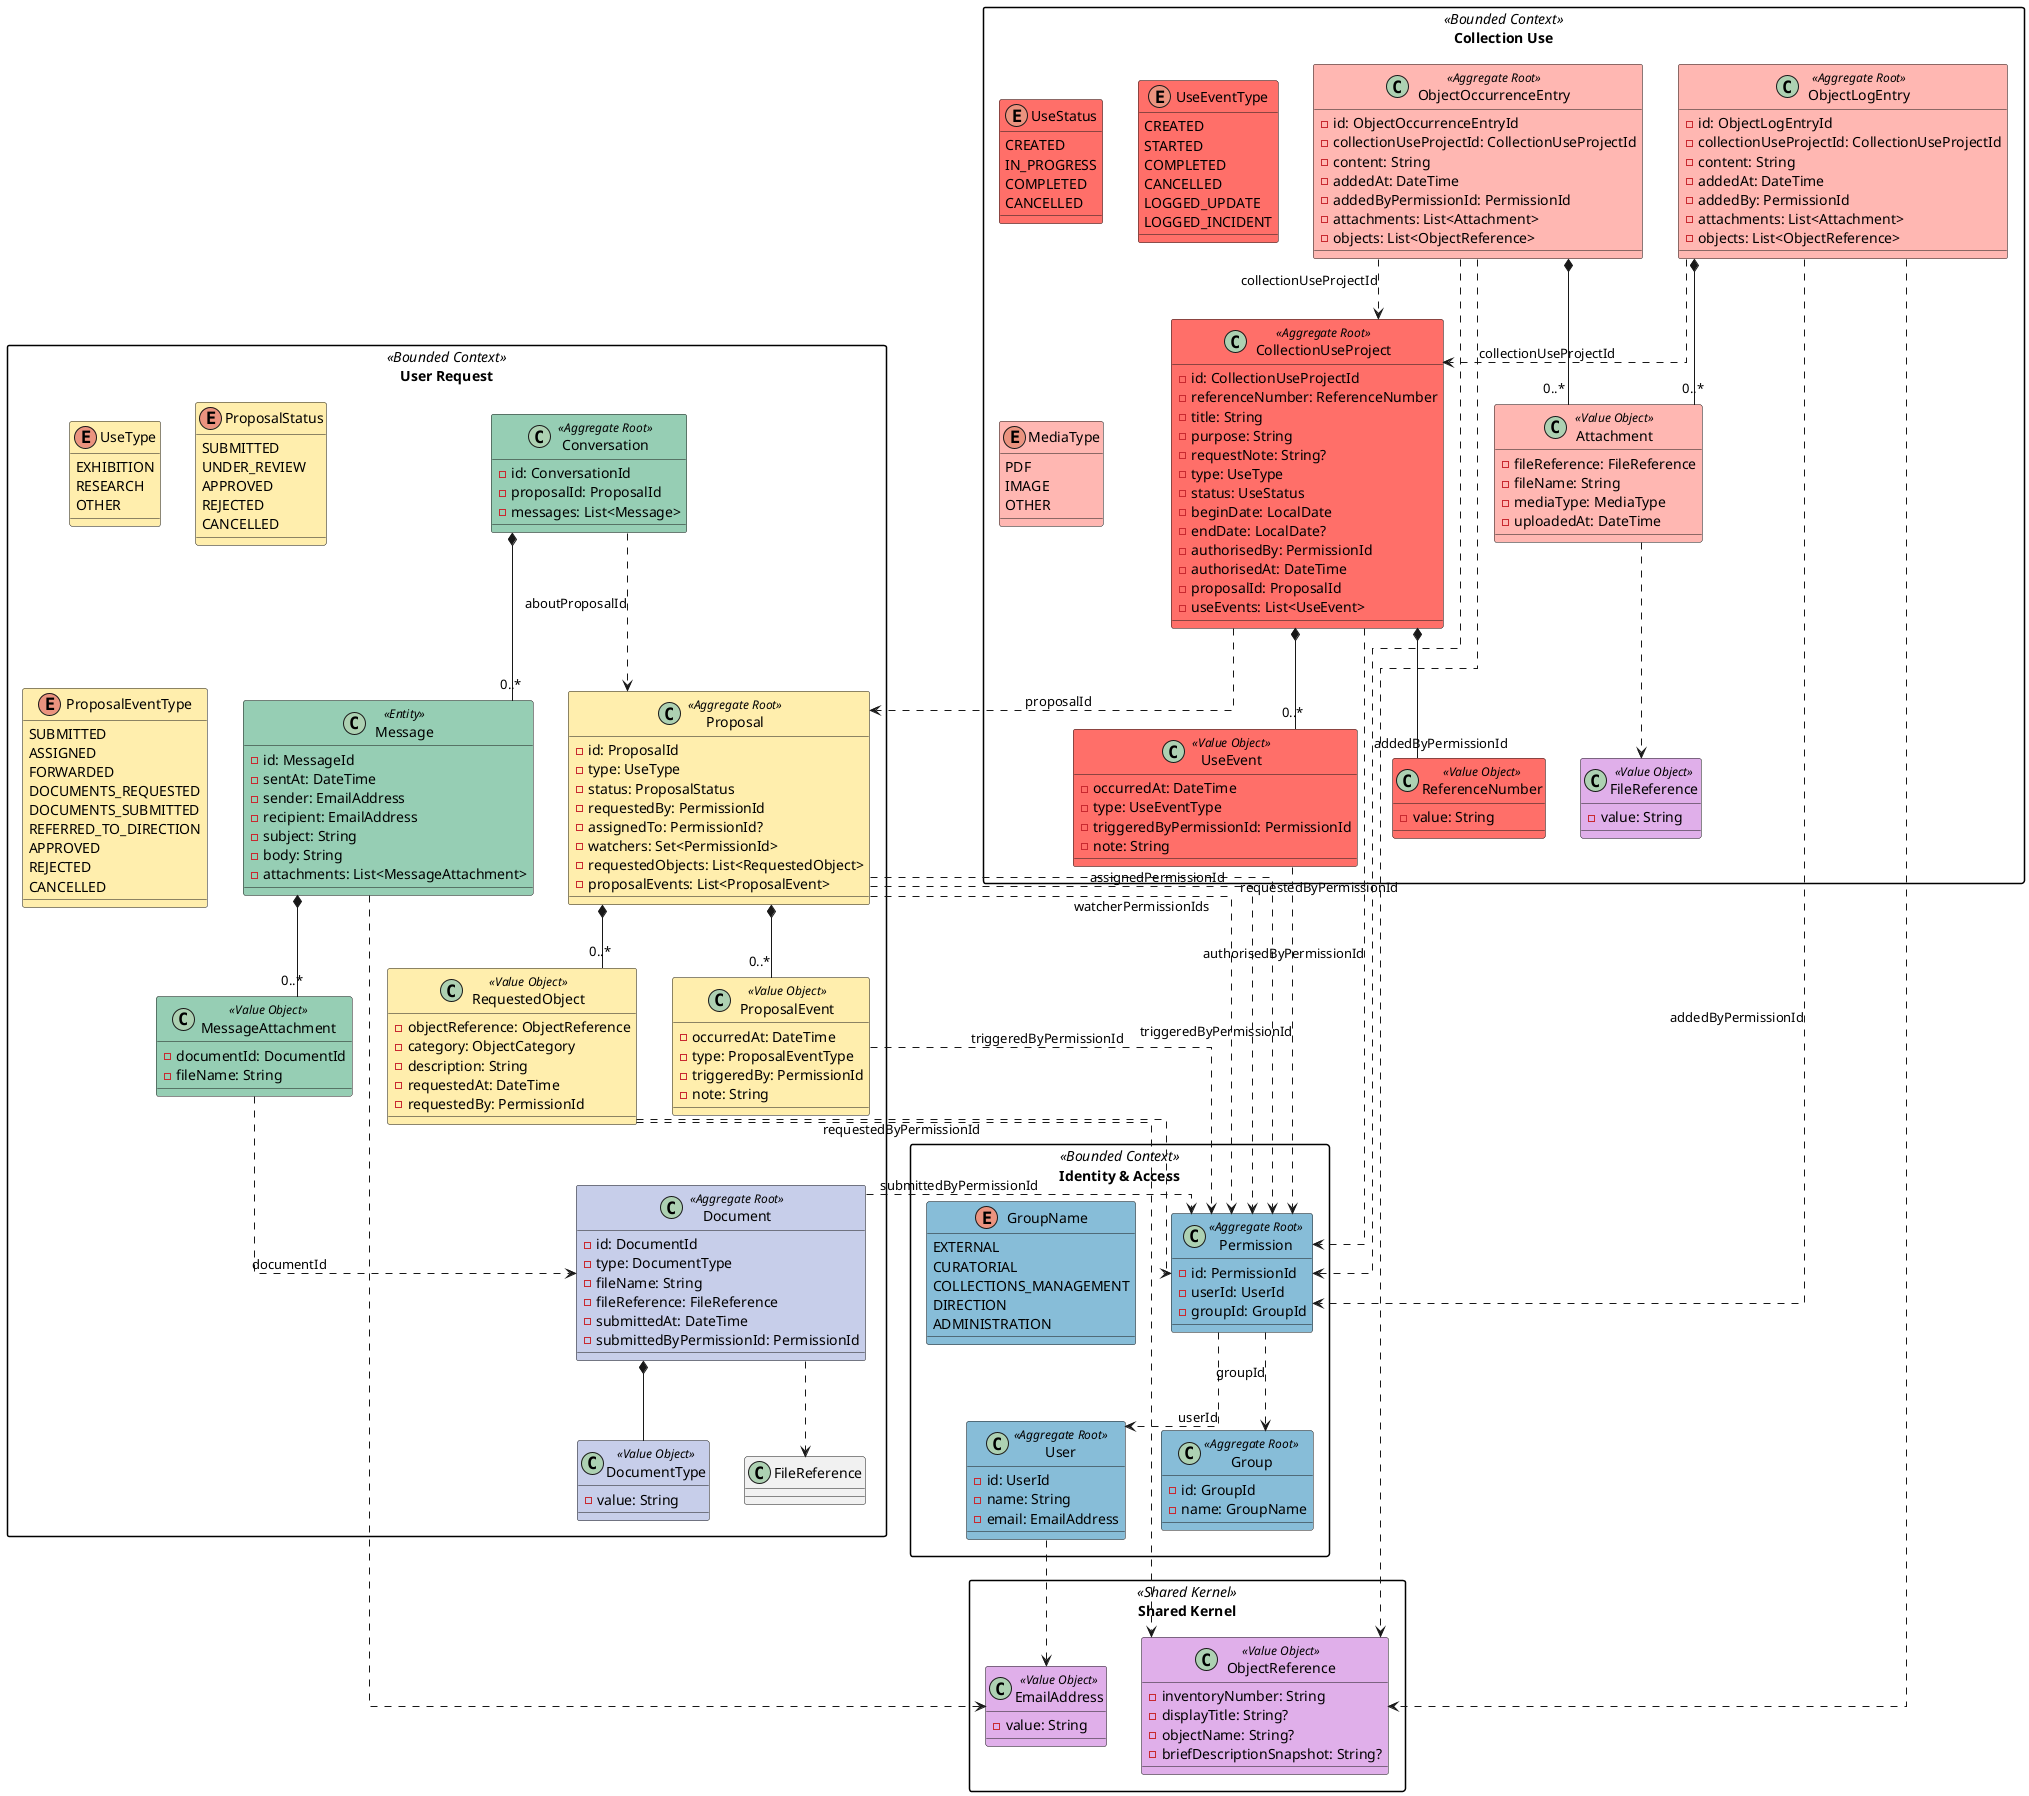
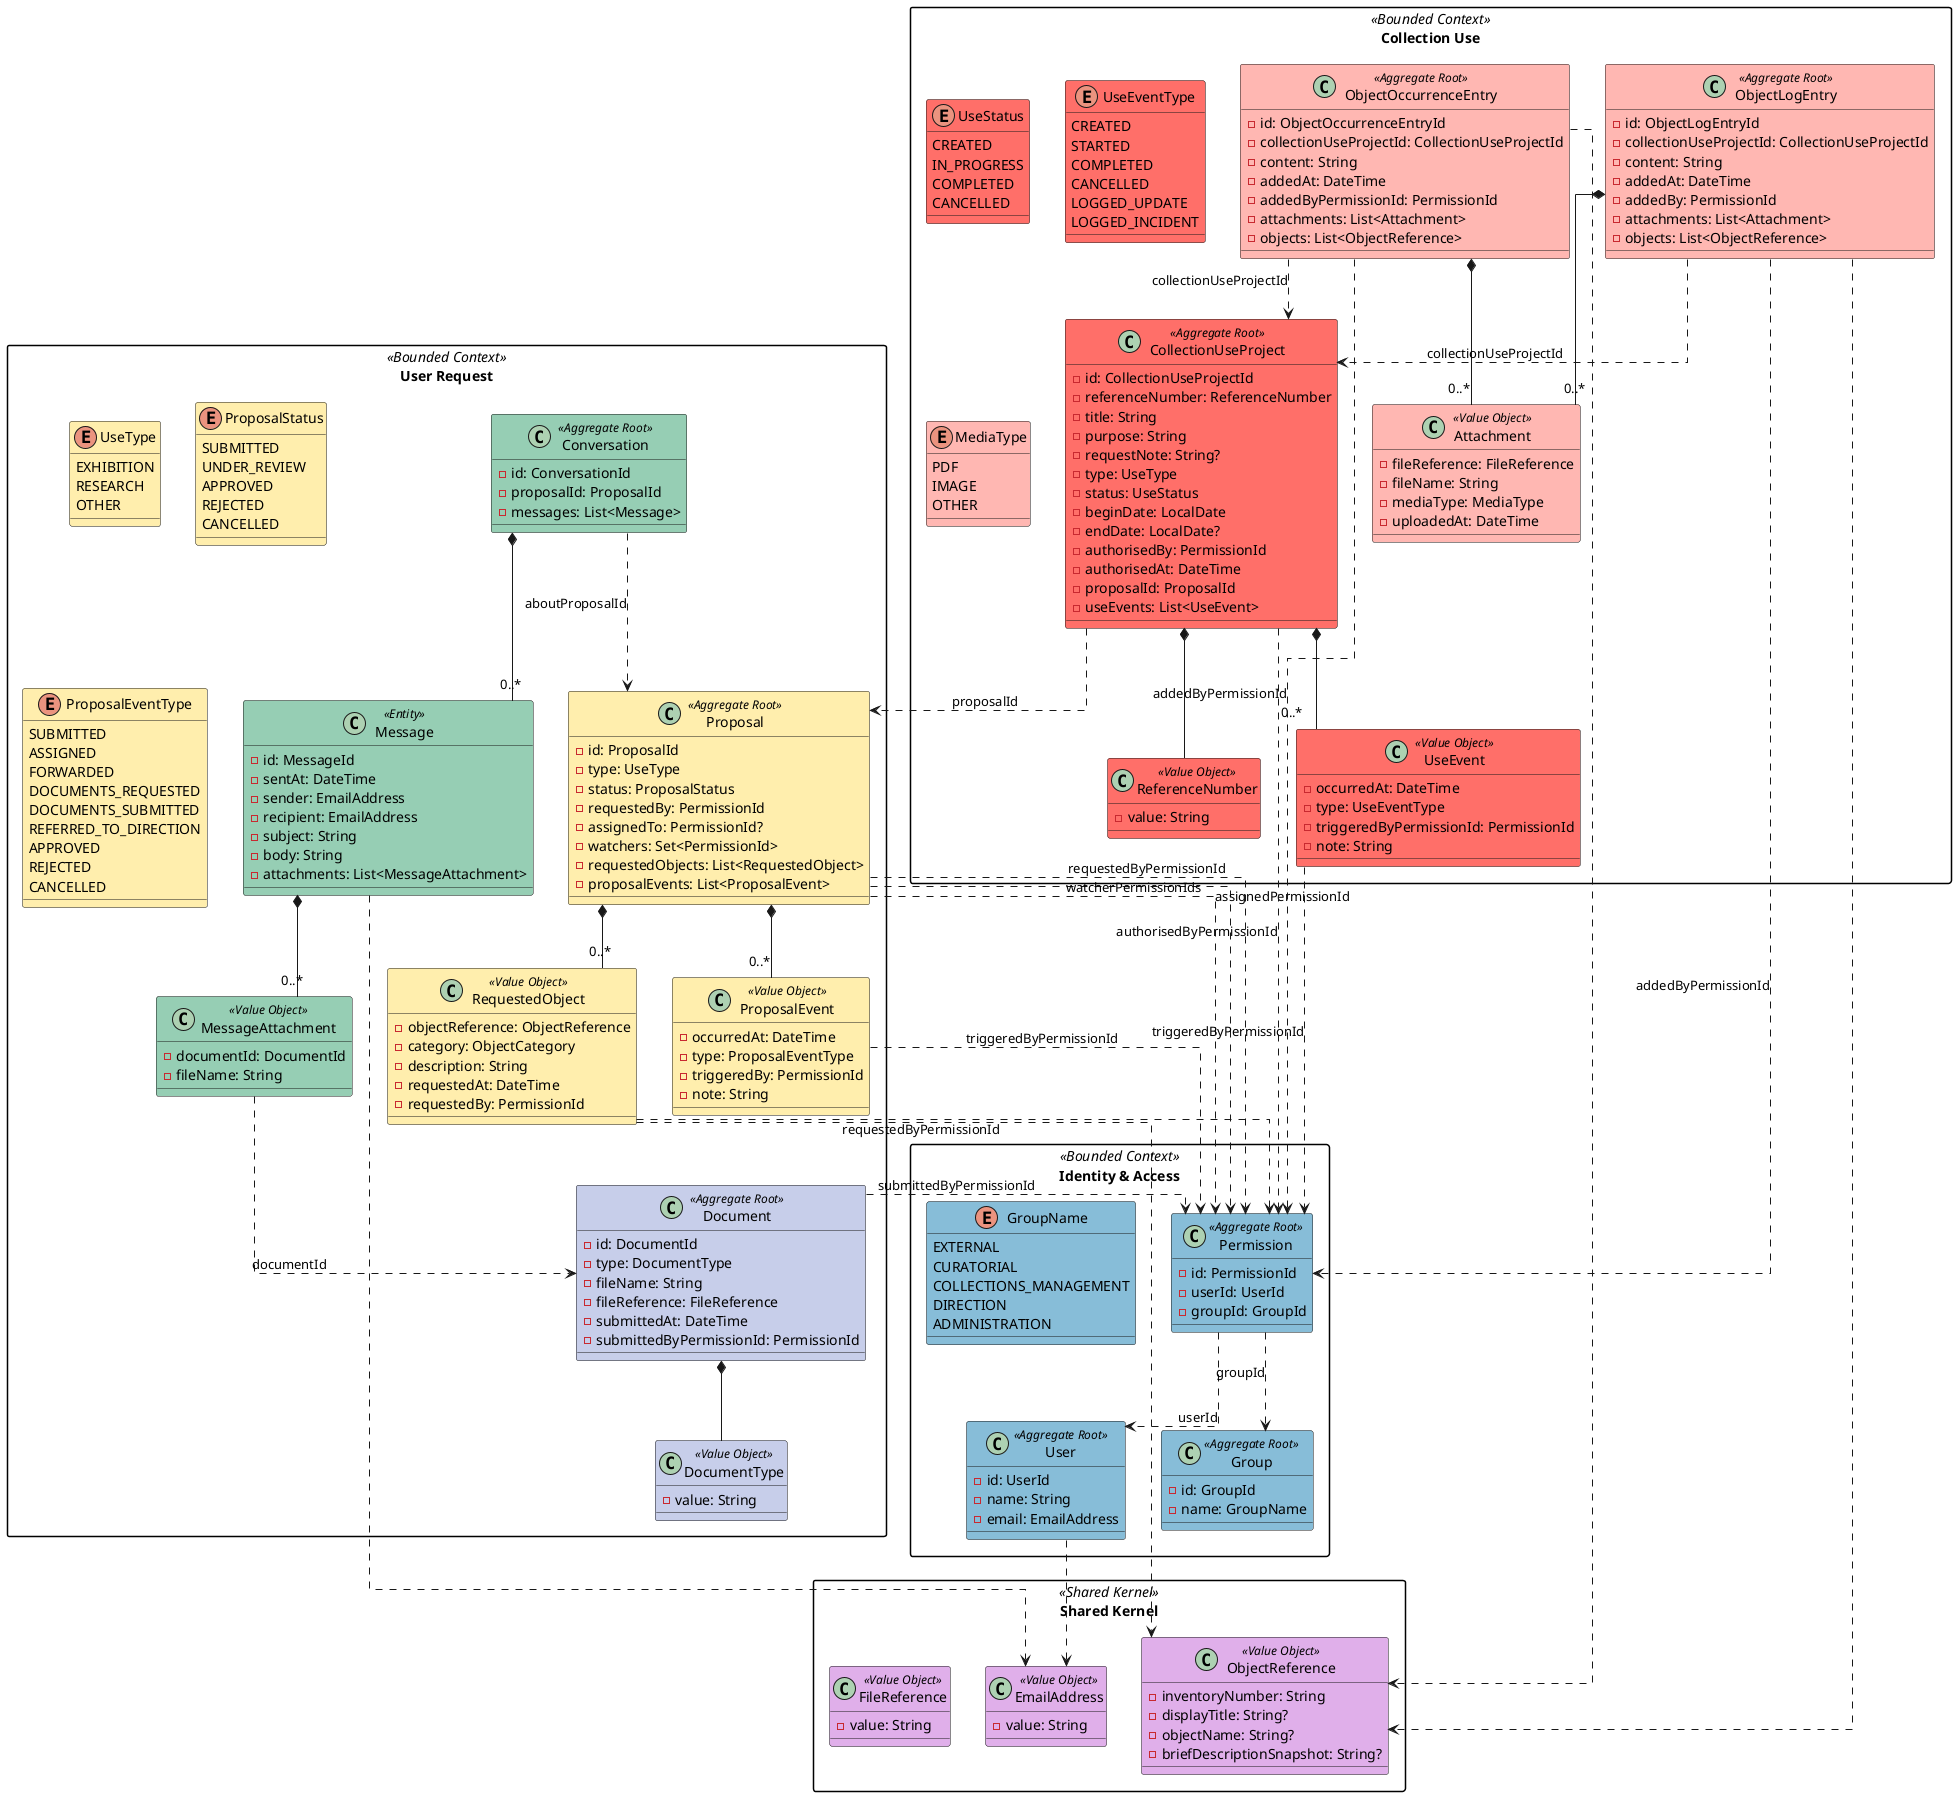
@startuml MUHNAC-CollectionUse-Rebuilt

skinparam linetype ortho
skinparam packageStyle rectangle
skinparam shadowing false


' ============================================================
' Shared Kernel
' ============================================================

package "Shared Kernel" <<Shared Kernel>> {

        class ObjectReference <<Value Object>> #e0afea {
        - inventoryNumber: String
        - displayTitle: String?
        - objectName: String?
        - briefDescriptionSnapshot: String?
        }

        class EmailAddress <<Value Object>> #e0afea {
        - value: String
        }
+ 
+          class FileReference <<Value Object>> #e0afea {
+                 - value: String
+                 }
}


' ============================================================
' Identity & Access
' ============================================================

package "Identity & Access" <<Bounded Context>> {

        class User <<Aggregate Root>> #87bdd8 {
        - id: UserId
        - name: String
        - email: EmailAddress
        }

        class Group <<Aggregate Root>> #87bdd8 {
        - id: GroupId
        - name: GroupName
        }

        class Permission <<Aggregate Root>> #87bdd8 {
        - id: PermissionId
        - userId: UserId
        - groupId: GroupId
        }

        enum GroupName #87bdd8 {
        EXTERNAL
        CURATORIAL
        COLLECTIONS_MANAGEMENT
        DIRECTION
        ADMINISTRATION
        }



        User ..> EmailAddress
        Permission ..> User : userId
        Permission ..> Group : groupId
}


' ============================================================
' Use Request
' ============================================================
package "User Request" <<Bounded Context>> {

        class Conversation <<Aggregate Root>> #96ceb4 {
        - id: ConversationId
        - proposalId: ProposalId
        - messages: List<Message>
        }

        class Message <<Entity>> #96ceb4 {
        - id: MessageId
        - sentAt: DateTime
        - sender: EmailAddress
        - recipient: EmailAddress
        - subject: String
        - body: String
        - attachments: List<MessageAttachment>
        }

        class MessageAttachment <<Value Object>> #96ceb4 {
        - documentId: DocumentId
        - fileName: String
        }

        class Document <<Aggregate Root>> #c7ceea {
        - id: DocumentId
        - type: DocumentType
        - fileName: String
        - fileReference: FileReference
        - submittedAt: DateTime
        - submittedByPermissionId: PermissionId
        }

        class DocumentType <<Value Object>> #c7ceea {
        - value: String
        }


        Conversation *-- "0..*" Message
        Message *-- "0..*" MessageAttachment

        Message ..> EmailAddress
        MessageAttachment ..> Document : documentId
        Conversation ..> Proposal : aboutProposalId


        Document *-- DocumentType
-         Document ..> FileReference
        Document ..> Permission : submittedByPermissionId

        ' ------------------------------------------------------------
        ' Proposal aggregate
        ' ------------------------------------------------------------

        class Proposal <<Aggregate Root>> #ffeead {
        - id: ProposalId
        - type: UseType
        - status: ProposalStatus
        - requestedBy: PermissionId
        - assignedTo: PermissionId?
        - watchers: Set<PermissionId>
        - requestedObjects: List<RequestedObject>
        - proposalEvents: List<ProposalEvent>

        }

        enum UseType #ffeead {
        EXHIBITION
        RESEARCH
        OTHER
        }

        enum ProposalStatus #ffeead {
        SUBMITTED
        UNDER_REVIEW
        APPROVED
        REJECTED
        CANCELLED
        }

        class RequestedObject <<Value Object>> #ffeead {
        - objectReference: ObjectReference
        - category: ObjectCategory
        - description: String
        - requestedAt: DateTime
        - requestedBy: PermissionId
        }


        class ProposalEvent <<Value Object>> #ffeead {
        - occurredAt: DateTime
        - type: ProposalEventType
        - triggeredBy: PermissionId
        - note: String
        }

        enum ProposalEventType #ffeead {
        SUBMITTED
        ASSIGNED
        FORWARDED
        DOCUMENTS_REQUESTED
        DOCUMENTS_SUBMITTED
        REFERRED_TO_DIRECTION
        APPROVED
        REJECTED
        CANCELLED
        }

        Proposal *-- "0..*" RequestedObject
        Proposal *-- "0..*" ProposalEvent

        RequestedObject ..> ObjectReference
        RequestedObject ..> Permission : requestedByPermissionId

        ProposalEvent ..> Permission : triggeredByPermissionId

        Proposal ..> Permission : requestedByPermissionId
        Proposal ..> Permission : assignedPermissionId
        Proposal ..> Permission : watcherPermissionIds
}

' ============================================================
' Collection Use
' ============================================================

package "Collection Use" <<Bounded Context>> {

-         class FileReference <<Value Object>> #e0afea {
-         - value: String
-         }
+ 

        ' ------------------------------------------------------------
        ' CollectionUseProject aggregate
        ' ------------------------------------------------------------

        class CollectionUseProject <<Aggregate Root>> #ff6f69 {
        - id: CollectionUseProjectId
        - referenceNumber: ReferenceNumber
        - title: String
        - purpose: String
        - requestNote: String?
        - type: UseType
        - status: UseStatus
        - beginDate: LocalDate
        - endDate: LocalDate?
        - authorisedBy: PermissionId
        - authorisedAt: DateTime
        - proposalId: ProposalId
        - useEvents: List<UseEvent>
        }

        class ReferenceNumber <<Value Object>> #ff6f69 {
        - value: String
        }

        enum UseStatus #ff6f69 {
        CREATED
        IN_PROGRESS
        COMPLETED
        CANCELLED
        }

        class UseEvent <<Value Object>> #ff6f69 {
        - occurredAt: DateTime
        - type: UseEventType
        - triggeredByPermissionId: PermissionId
        - note: String
        }

        enum UseEventType #ff6f69 {
        CREATED
        STARTED
        COMPLETED
        CANCELLED
        LOGGED_UPDATE
        LOGGED_INCIDENT
        }

        CollectionUseProject *-- ReferenceNumber
        CollectionUseProject *-- "0..*" UseEvent

        CollectionUseProject ..> Proposal : proposalId
        CollectionUseProject ..> Permission : authorisedByPermissionId

        UseEvent ..> Permission : triggeredByPermissionId

        ' ------------------------------------------------------------
        ' Journal aggregates
        ' ------------------------------------------------------------

        class ObjectLogEntry <<Aggregate Root>> #ffb7b2 {
        - id: ObjectLogEntryId
        - collectionUseProjectId: CollectionUseProjectId
        - content: String
        - addedAt: DateTime
        - addedBy: PermissionId
        - attachments: List<Attachment>
        - objects: List<ObjectReference>
        }

        class ObjectOccurrenceEntry <<Aggregate Root>> #ffb7b2 {
        - id: ObjectOccurrenceEntryId
        - collectionUseProjectId: CollectionUseProjectId
        - content: String
        - addedAt: DateTime
        - addedByPermissionId: PermissionId
        - attachments: List<Attachment>
        - objects: List<ObjectReference>
        }

        class Attachment <<Value Object>> #ffb7b2 {
        - fileReference: FileReference
        - fileName: String
        - mediaType: MediaType
        - uploadedAt: DateTime
        }

        enum MediaType #ffb7b2 {
        PDF
        IMAGE
        OTHER
        }

        ObjectLogEntry *-- "0..*" Attachment
        ObjectOccurrenceEntry *-- "0..*" Attachment

-         Attachment ..> FileReference
- 
        ObjectLogEntry ..> CollectionUseProject : collectionUseProjectId
        ObjectOccurrenceEntry ..> CollectionUseProject : collectionUseProjectId

        ObjectLogEntry ..> Permission : addedByPermissionId
        ObjectOccurrenceEntry ..> Permission : addedByPermissionId

        ObjectLogEntry ..> ObjectReference
        ObjectOccurrenceEntry ..> ObjectReference
}

@enduml
